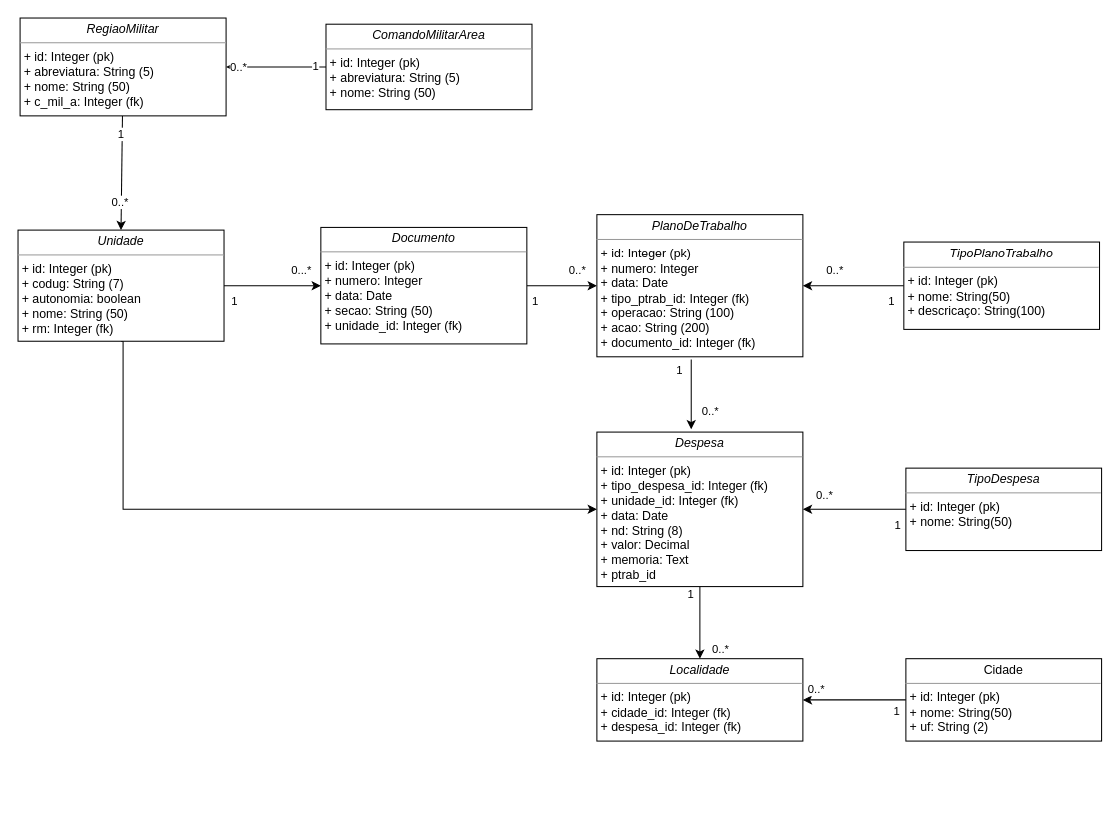
Earlier version of the draw.io diagram Diagrama.drawio (infopontes/siof). Source tidied: cells renumbered, new cells numbered last; positions are measured from the earlier drawing's top-left corner, leaving out a move shared by most shapes. Both pictures are drawn from the tidied source at 103%, with x=0, y=0 at pixel (18, 18).
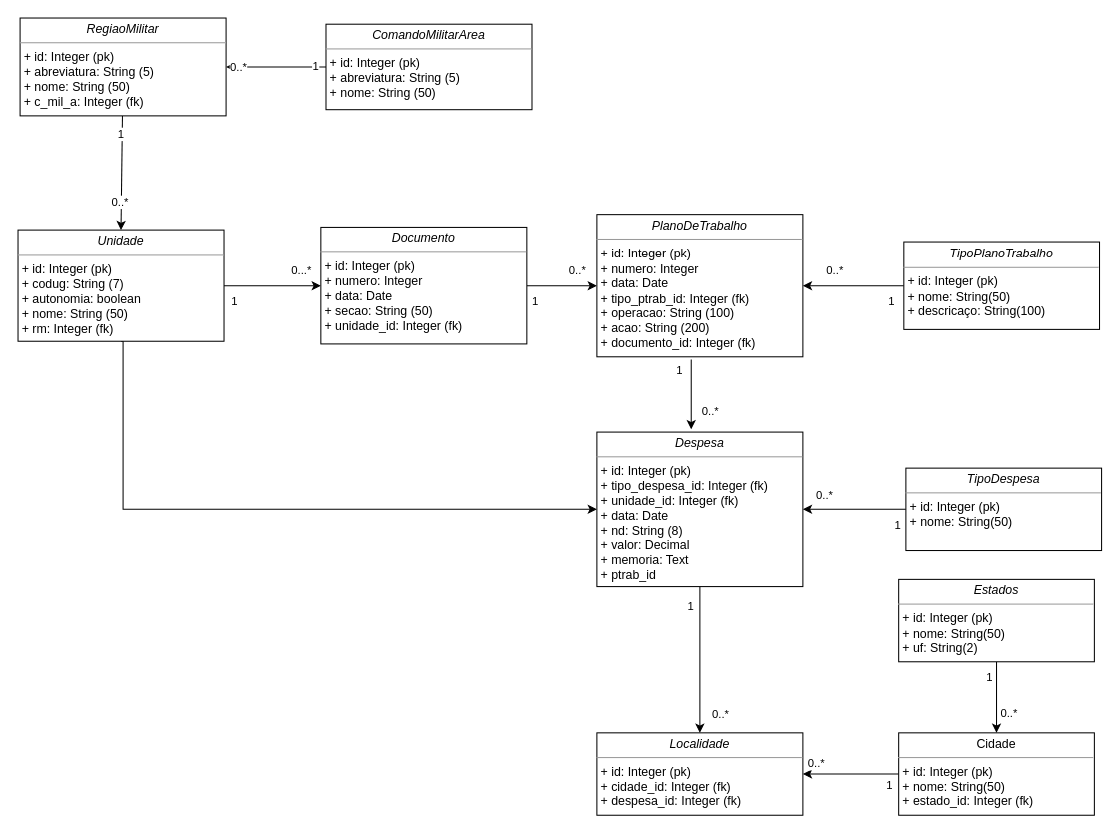
Above is the later version.

Commit message:
Alterei o Diagrama de Classes, inclui o Estado.

What changed in the source:
```diff
@@
     <mxCell id="21" value="&lt;p style=&quot;margin: 0px ; margin-top: 4px ; text-align: center&quot;&gt;&lt;i&gt;Localidade&lt;/i&gt;&lt;/p&gt;&lt;hr size=&quot;1&quot;&gt;&lt;p style=&quot;margin: 0px ; margin-left: 4px&quot;&gt;+ id: Integer (pk)&lt;/p&gt;&lt;p style=&quot;margin: 0px ; margin-left: 4px&quot;&gt;+ cidade_id: Integer (fk)&lt;/p&gt;&lt;p style=&quot;margin: 0px ; margin-left: 4px&quot;&gt;+ despesa_id: Integer (fk)&lt;/p&gt;&lt;p style=&quot;margin: 0px ; margin-left: 4px&quot;&gt;&lt;br&gt;&lt;/p&gt;" style="verticalAlign=top;align=left;overflow=fill;fontSize=12;fontFamily=Helvetica;html=1;rounded=0;shadow=0;comic=0;labelBackgroundColor=none;strokeWidth=1;" parent="1" vertex="1">
-      <mxGeometry x="562" y="622" width="200" height="80" as="geometry" />
+      <mxGeometry x="562" y="694" width="200" height="80" as="geometry" />
     </mxCell>
@@
-    <mxCell id="24" value="&lt;p style=&quot;margin:0px;margin-top:4px;text-align:center;&quot;&gt;Cidade&lt;/p&gt;&lt;hr size=&quot;1&quot;&gt;&lt;p style=&quot;margin:0px;margin-left:4px;&quot;&gt;+ id: Integer (pk)&lt;/p&gt;&lt;p style=&quot;margin:0px;margin-left:4px;&quot;&gt;+ nome: String(50)&lt;/p&gt;&lt;p style=&quot;margin:0px;margin-left:4px;&quot;&gt;+ uf: String (2)&lt;/p&gt;&lt;p style=&quot;margin:0px;margin-left:4px;&quot;&gt;&lt;br&gt;&lt;/p&gt;" style="verticalAlign=top;align=left;overflow=fill;fontSize=12;fontFamily=Helvetica;html=1;rounded=0;shadow=0;comic=0;labelBackgroundColor=none;strokeWidth=1;" parent="1" vertex="1">
-      <mxGeometry x="862" y="622" width="190" height="80" as="geometry" />
+    <mxCell id="24" value="&lt;p style=&quot;margin: 0px ; margin-top: 4px ; text-align: center&quot;&gt;Cidade&lt;/p&gt;&lt;hr size=&quot;1&quot;&gt;&lt;p style=&quot;margin: 0px ; margin-left: 4px&quot;&gt;+ id: Integer (pk)&lt;/p&gt;&lt;p style=&quot;margin: 0px ; margin-left: 4px&quot;&gt;+ nome: String(50)&lt;/p&gt;&lt;p style=&quot;margin: 0px ; margin-left: 4px&quot;&gt;+ estado_id: Integer (fk)&lt;/p&gt;&lt;p style=&quot;margin: 0px ; margin-left: 4px&quot;&gt;&lt;br&gt;&lt;/p&gt;" style="verticalAlign=top;align=left;overflow=fill;fontSize=12;fontFamily=Helvetica;html=1;rounded=0;shadow=0;comic=0;labelBackgroundColor=none;strokeWidth=1;" parent="1" vertex="1">
+      <mxGeometry x="855" y="694" width="190" height="80" as="geometry" />
     </mxCell>
@@
+    <mxCell id="37" value="0..*" style="edgeStyle=none;html=1;entryX=0.5;entryY=0;entryDx=0;entryDy=0;" parent="1" edge="1" source="39" target="24">
+      <mxGeometry x="0.45" y="12" relative="1" as="geometry" />
+    </mxCell>
+    <mxCell id="38" value="1" style="edgeLabel;html=1;align=center;verticalAlign=middle;" parent="37" vertex="1">
+      <mxGeometry x="-0.63" relative="1" as="geometry">
+        <mxPoint x="-8" y="1" as="offset" />
+      </mxGeometry>
+    </mxCell>
+    <mxCell id="39" value="&lt;p style=&quot;margin: 0px ; margin-top: 4px ; text-align: center&quot;&gt;&lt;i&gt;Estados&lt;/i&gt;&lt;/p&gt;&lt;hr size=&quot;1&quot;&gt;&lt;p style=&quot;margin: 0px ; margin-left: 4px&quot;&gt;+ id: Integer (pk)&lt;/p&gt;&lt;p style=&quot;margin: 0px ; margin-left: 4px&quot;&gt;+ nome: String(50)&lt;/p&gt;&lt;p style=&quot;margin: 0px ; margin-left: 4px&quot;&gt;+ uf: String(2)&lt;/p&gt;&lt;p style=&quot;margin: 0px ; margin-left: 4px&quot;&gt;&lt;br&gt;&lt;/p&gt;" style="verticalAlign=top;align=left;overflow=fill;fontSize=12;fontFamily=Helvetica;html=1;rounded=0;shadow=0;comic=0;labelBackgroundColor=none;strokeWidth=1;" parent="1" vertex="1">
+      <mxGeometry x="855" y="545" width="190" height="80" as="geometry" />
+    </mxCell>
```
